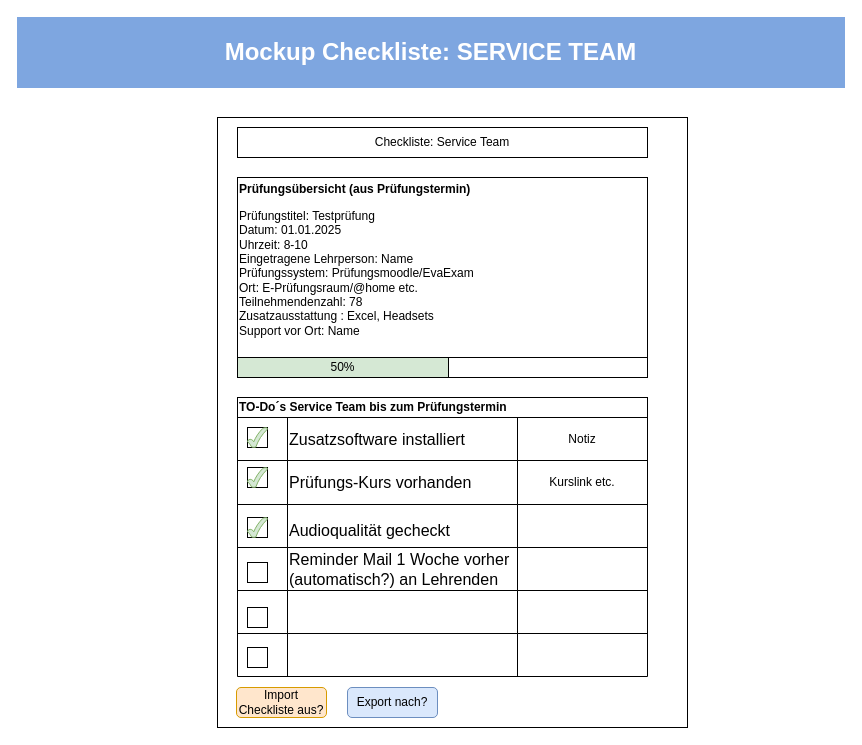
Before: Unbenanntes Diagramm.drawio in melanietreitinger/buchungstool, a draw.io diagram. Source tidied: cells renumbered, new cells numbered last; positions are measured from the earlier drawing's top-left corner, leaving out a move shared by most shapes. Both pictures are drawn from the tidied source at 100%, with x=0, y=0 at pixel (17, 17).
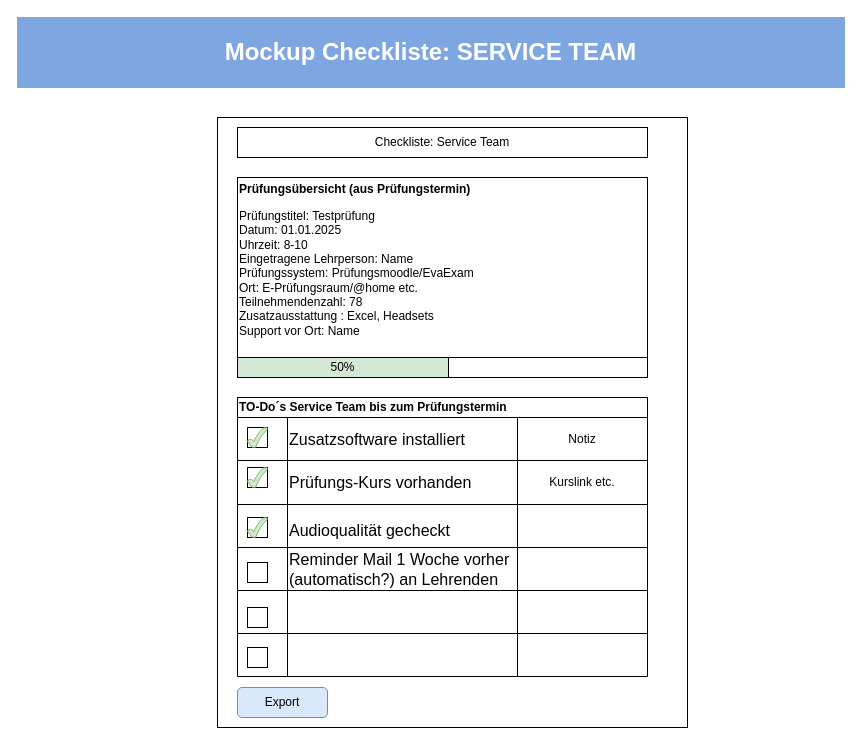
Above is the later version.

What changed in the source:
```diff
@@
-    <mxCell id="42" value="Export nach?" style="rounded=1;whiteSpace=wrap;html=1;fillColor=#dae8fc;strokeColor=#6c8ebf;" parent="1" vertex="1">
-      <mxGeometry x="330" y="670" width="90" height="30" as="geometry" />
+    <mxCell id="42" value="Export" style="rounded=1;whiteSpace=wrap;html=1;fillColor=#dae8fc;strokeColor=#6c8ebf;" parent="1" vertex="1">
+      <mxGeometry x="220" y="670" width="90" height="30" as="geometry" />
     </mxCell>
-    <mxCell id="43" value="Import Checkliste aus?" style="rounded=1;whiteSpace=wrap;html=1;fillColor=#ffe6cc;strokeColor=#d79b00;" parent="1" vertex="1">
-      <mxGeometry x="219" y="670" width="90" height="30" as="geometry" />
-    </mxCell>
```
